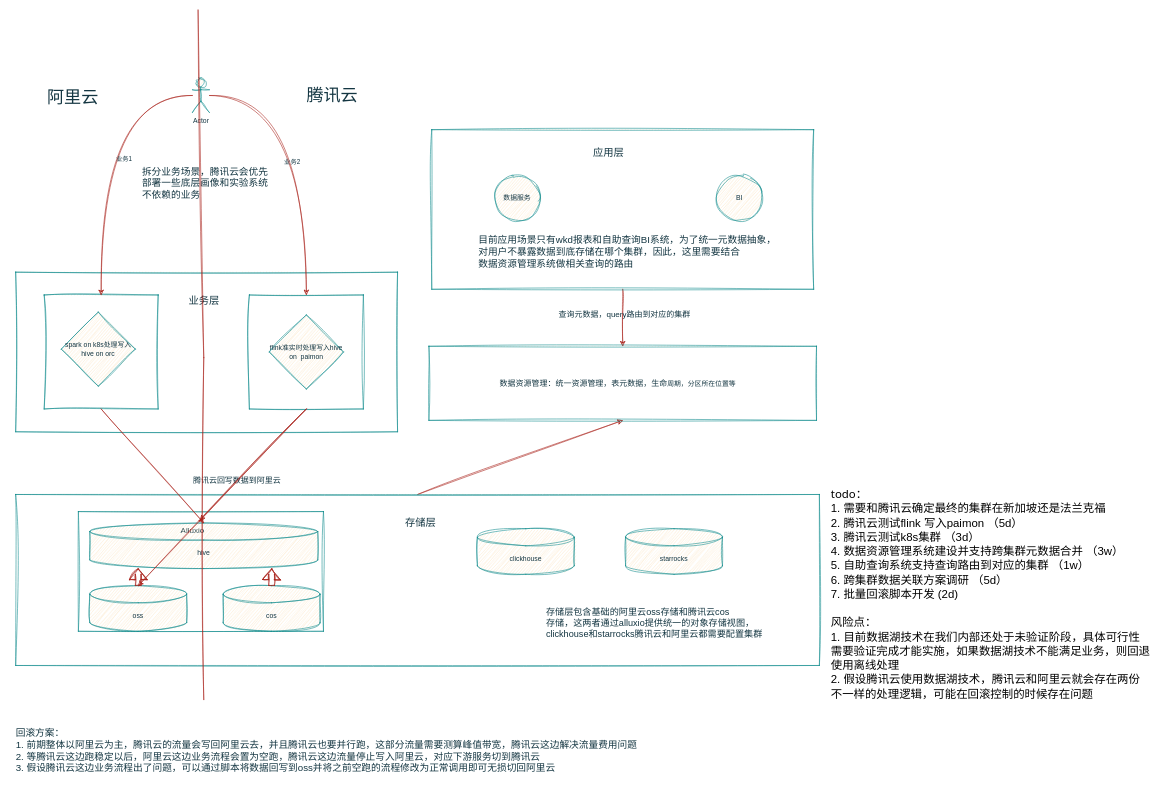
Before: 多云混布.drawio in zhou191101/draw, a draw.io diagram. Source tidied: cells renumbered, new cells numbered last; positions are measured from the earlier drawing's top-left corner, leaving out a move shared by most shapes. Both pictures are drawn from the tidied source at 57%, with x=0, y=0 at pixel (10, 10).
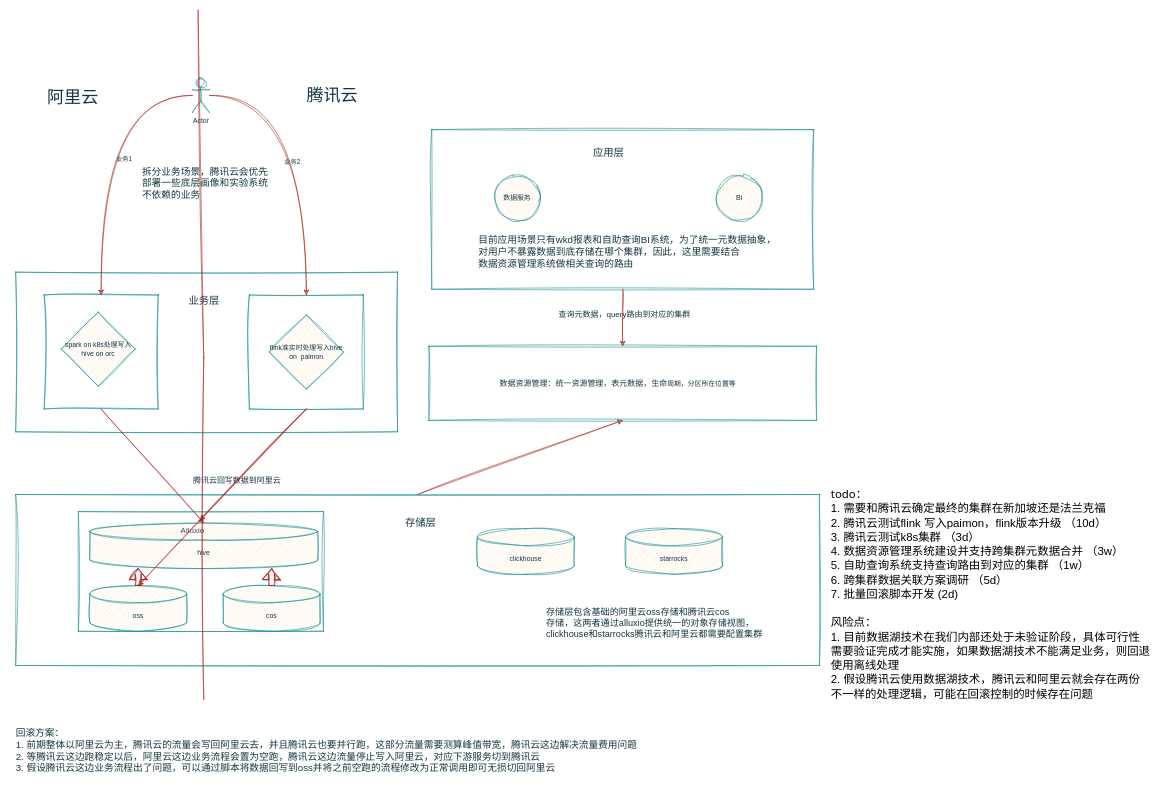
Above is the later version.

Commit message:
更新多云混布.drawio

Change to the diagram source:
```diff
@@
-    <mxCell id="44" value="&lt;div style=&quot;text-align: left;&quot;&gt;&lt;span style=&quot;background-color: initial;&quot;&gt;&lt;font face=&quot;Tahoma&quot;&gt;todo：&lt;/font&gt;&lt;/span&gt;&lt;/div&gt;&lt;div style=&quot;text-align: left;&quot;&gt;&lt;span style=&quot;background-color: initial;&quot;&gt;&lt;font face=&quot;LK_uJqmxOScUrMiOZ7zq&quot;&gt;1. 需要和腾讯云确定最终的集群在新加坡还是法兰克福&lt;/font&gt;&lt;/span&gt;&lt;/div&gt;&lt;div style=&quot;text-align: left;&quot;&gt;&lt;font face=&quot;LK_uJqmxOScUrMiOZ7zq&quot;&gt;2. 腾讯云测试flink 写入paimon （5d）&lt;/font&gt;&lt;/div&gt;&lt;div style=&quot;text-align: left;&quot;&gt;&lt;font face=&quot;LK_uJqmxOScUrMiOZ7zq&quot;&gt;3. 腾讯云测试k8s集群 （3d）&lt;/font&gt;&lt;/div&gt;&lt;div style=&quot;text-align: left;&quot;&gt;&lt;font face=&quot;LK_uJqmxOScUrMiOZ7zq&quot;&gt;4. 数据资源管理系统建设并支持跨集群元数据合并 （3w）&lt;/font&gt;&lt;/div&gt;&lt;div style=&quot;text-align: left;&quot;&gt;&lt;font face=&quot;LK_uJqmxOScUrMiOZ7zq&quot;&gt;5. 自助查询系统支持查询路由到对应的集群 （1w）&lt;/font&gt;&lt;/div&gt;&lt;div style=&quot;text-align: left;&quot;&gt;&lt;font face=&quot;LK_uJqmxOScUrMiOZ7zq&quot;&gt;6. 跨集群数据关联方案调研 （5d）&lt;/font&gt;&lt;/div&gt;&lt;div style=&quot;text-align: left;&quot;&gt;&lt;font face=&quot;LK_uJqmxOScUrMiOZ7zq&quot;&gt;7. 批量回滚脚本开发 (2d)&lt;/font&gt;&lt;/div&gt;&lt;div style=&quot;text-align: left;&quot;&gt;&lt;font face=&quot;LK_uJqmxOScUrMiOZ7zq&quot;&gt;&lt;br&gt;&lt;/font&gt;&lt;/div&gt;&lt;div style=&quot;text-align: left;&quot;&gt;&lt;font face=&quot;LK_uJqmxOScUrMiOZ7zq&quot;&gt;风险点：&lt;/font&gt;&lt;/div&gt;&lt;div style=&quot;text-align: left;&quot;&gt;&lt;font face=&quot;LK_uJqmxOScUrMiOZ7zq&quot;&gt;1. 目前数据湖技术在我们内部还处于未验证阶段，具体可行性&lt;/font&gt;&lt;/div&gt;&lt;div style=&quot;text-align: left;&quot;&gt;&lt;font face=&quot;LK_uJqmxOScUrMiOZ7zq&quot;&gt;需要验证完成才能实施，如果数据湖技术不能满足业务，则回退&lt;/font&gt;&lt;/div&gt;&lt;div style=&quot;text-align: left;&quot;&gt;&lt;font face=&quot;LK_uJqmxOScUrMiOZ7zq&quot;&gt;使用离线处理&lt;/font&gt;&lt;/div&gt;&lt;div style=&quot;text-align: left;&quot;&gt;&lt;font face=&quot;LK_uJqmxOScUrMiOZ7zq&quot;&gt;2. 假设腾讯云使用数据湖技术，腾讯云和阿里云就会存在两份&lt;/font&gt;&lt;/div&gt;&lt;div style=&quot;text-align: left;&quot;&gt;&lt;font face=&quot;LK_uJqmxOScUrMiOZ7zq&quot;&gt;不一样的处理逻辑，可能在回滚控制的时候存在问题&lt;/font&gt;&lt;/div&gt;" style="text;html=1;align=center;verticalAlign=middle;strokeColor=none;fillColor=none;fontSize=20;fontFamily=Architects Daughter;" parent="1" vertex="1">
+    <mxCell id="44" value="&lt;div style=&quot;text-align: left;&quot;&gt;&lt;span style=&quot;background-color: initial;&quot;&gt;&lt;font face=&quot;Tahoma&quot;&gt;todo：&lt;/font&gt;&lt;/span&gt;&lt;/div&gt;&lt;div style=&quot;text-align: left;&quot;&gt;&lt;span style=&quot;background-color: initial;&quot;&gt;&lt;font face=&quot;LK_uJqmxOScUrMiOZ7zq&quot;&gt;1. 需要和腾讯云确定最终的集群在新加坡还是法兰克福&lt;/font&gt;&lt;/span&gt;&lt;/div&gt;&lt;div style=&quot;text-align: left;&quot;&gt;&lt;font face=&quot;LK_uJqmxOScUrMiOZ7zq&quot;&gt;2. 腾讯云测试flink 写入paimon，flink版本升级 （10d）&lt;/font&gt;&lt;/div&gt;&lt;div style=&quot;text-align: left;&quot;&gt;&lt;font face=&quot;LK_uJqmxOScUrMiOZ7zq&quot;&gt;3. 腾讯云测试k8s集群 （3d）&lt;/font&gt;&lt;/div&gt;&lt;div style=&quot;text-align: left;&quot;&gt;&lt;font face=&quot;LK_uJqmxOScUrMiOZ7zq&quot;&gt;4. 数据资源管理系统建设并支持跨集群元数据合并 （3w）&lt;/font&gt;&lt;/div&gt;&lt;div style=&quot;text-align: left;&quot;&gt;&lt;font face=&quot;LK_uJqmxOScUrMiOZ7zq&quot;&gt;5. 自助查询系统支持查询路由到对应的集群 （1w）&lt;/font&gt;&lt;/div&gt;&lt;div style=&quot;text-align: left;&quot;&gt;&lt;font face=&quot;LK_uJqmxOScUrMiOZ7zq&quot;&gt;6. 跨集群数据关联方案调研 （5d）&lt;/font&gt;&lt;/div&gt;&lt;div style=&quot;text-align: left;&quot;&gt;&lt;font face=&quot;LK_uJqmxOScUrMiOZ7zq&quot;&gt;7. 批量回滚脚本开发 (2d)&lt;/font&gt;&lt;/div&gt;&lt;div style=&quot;text-align: left;&quot;&gt;&lt;font face=&quot;LK_uJqmxOScUrMiOZ7zq&quot;&gt;&lt;br&gt;&lt;/font&gt;&lt;/div&gt;&lt;div style=&quot;text-align: left;&quot;&gt;&lt;font face=&quot;LK_uJqmxOScUrMiOZ7zq&quot;&gt;风险点：&lt;/font&gt;&lt;/div&gt;&lt;div style=&quot;text-align: left;&quot;&gt;&lt;font face=&quot;LK_uJqmxOScUrMiOZ7zq&quot;&gt;1. 目前数据湖技术在我们内部还处于未验证阶段，具体可行性&lt;/font&gt;&lt;/div&gt;&lt;div style=&quot;text-align: left;&quot;&gt;&lt;font face=&quot;LK_uJqmxOScUrMiOZ7zq&quot;&gt;需要验证完成才能实施，如果数据湖技术不能满足业务，则回退&lt;/font&gt;&lt;/div&gt;&lt;div style=&quot;text-align: left;&quot;&gt;&lt;font face=&quot;LK_uJqmxOScUrMiOZ7zq&quot;&gt;使用离线处理&lt;/font&gt;&lt;/div&gt;&lt;div style=&quot;text-align: left;&quot;&gt;&lt;font face=&quot;LK_uJqmxOScUrMiOZ7zq&quot;&gt;2. 假设腾讯云使用数据湖技术，腾讯云和阿里云就会存在两份&lt;/font&gt;&lt;/div&gt;&lt;div style=&quot;text-align: left;&quot;&gt;&lt;font face=&quot;LK_uJqmxOScUrMiOZ7zq&quot;&gt;不一样的处理逻辑，可能在回滚控制的时候存在问题&lt;/font&gt;&lt;/div&gt;" style="text;html=1;align=center;verticalAlign=middle;strokeColor=none;fillColor=none;fontSize=20;fontFamily=Architects Daughter;" parent="1" vertex="1">
       <mxGeometry x="1430" y="840" width="580" height="370" as="geometry" />
     </mxCell>
```
